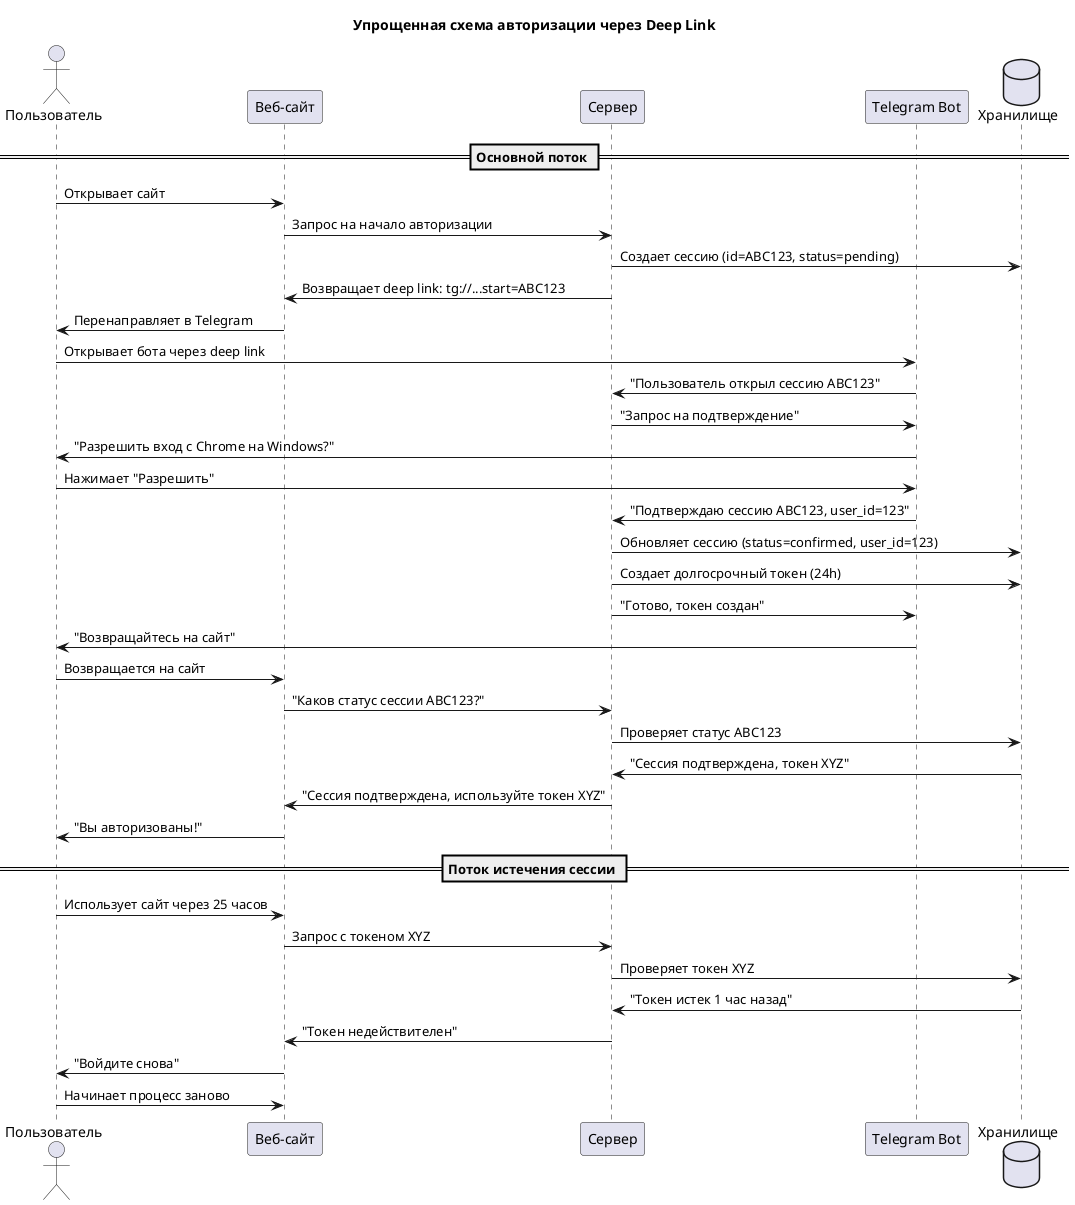
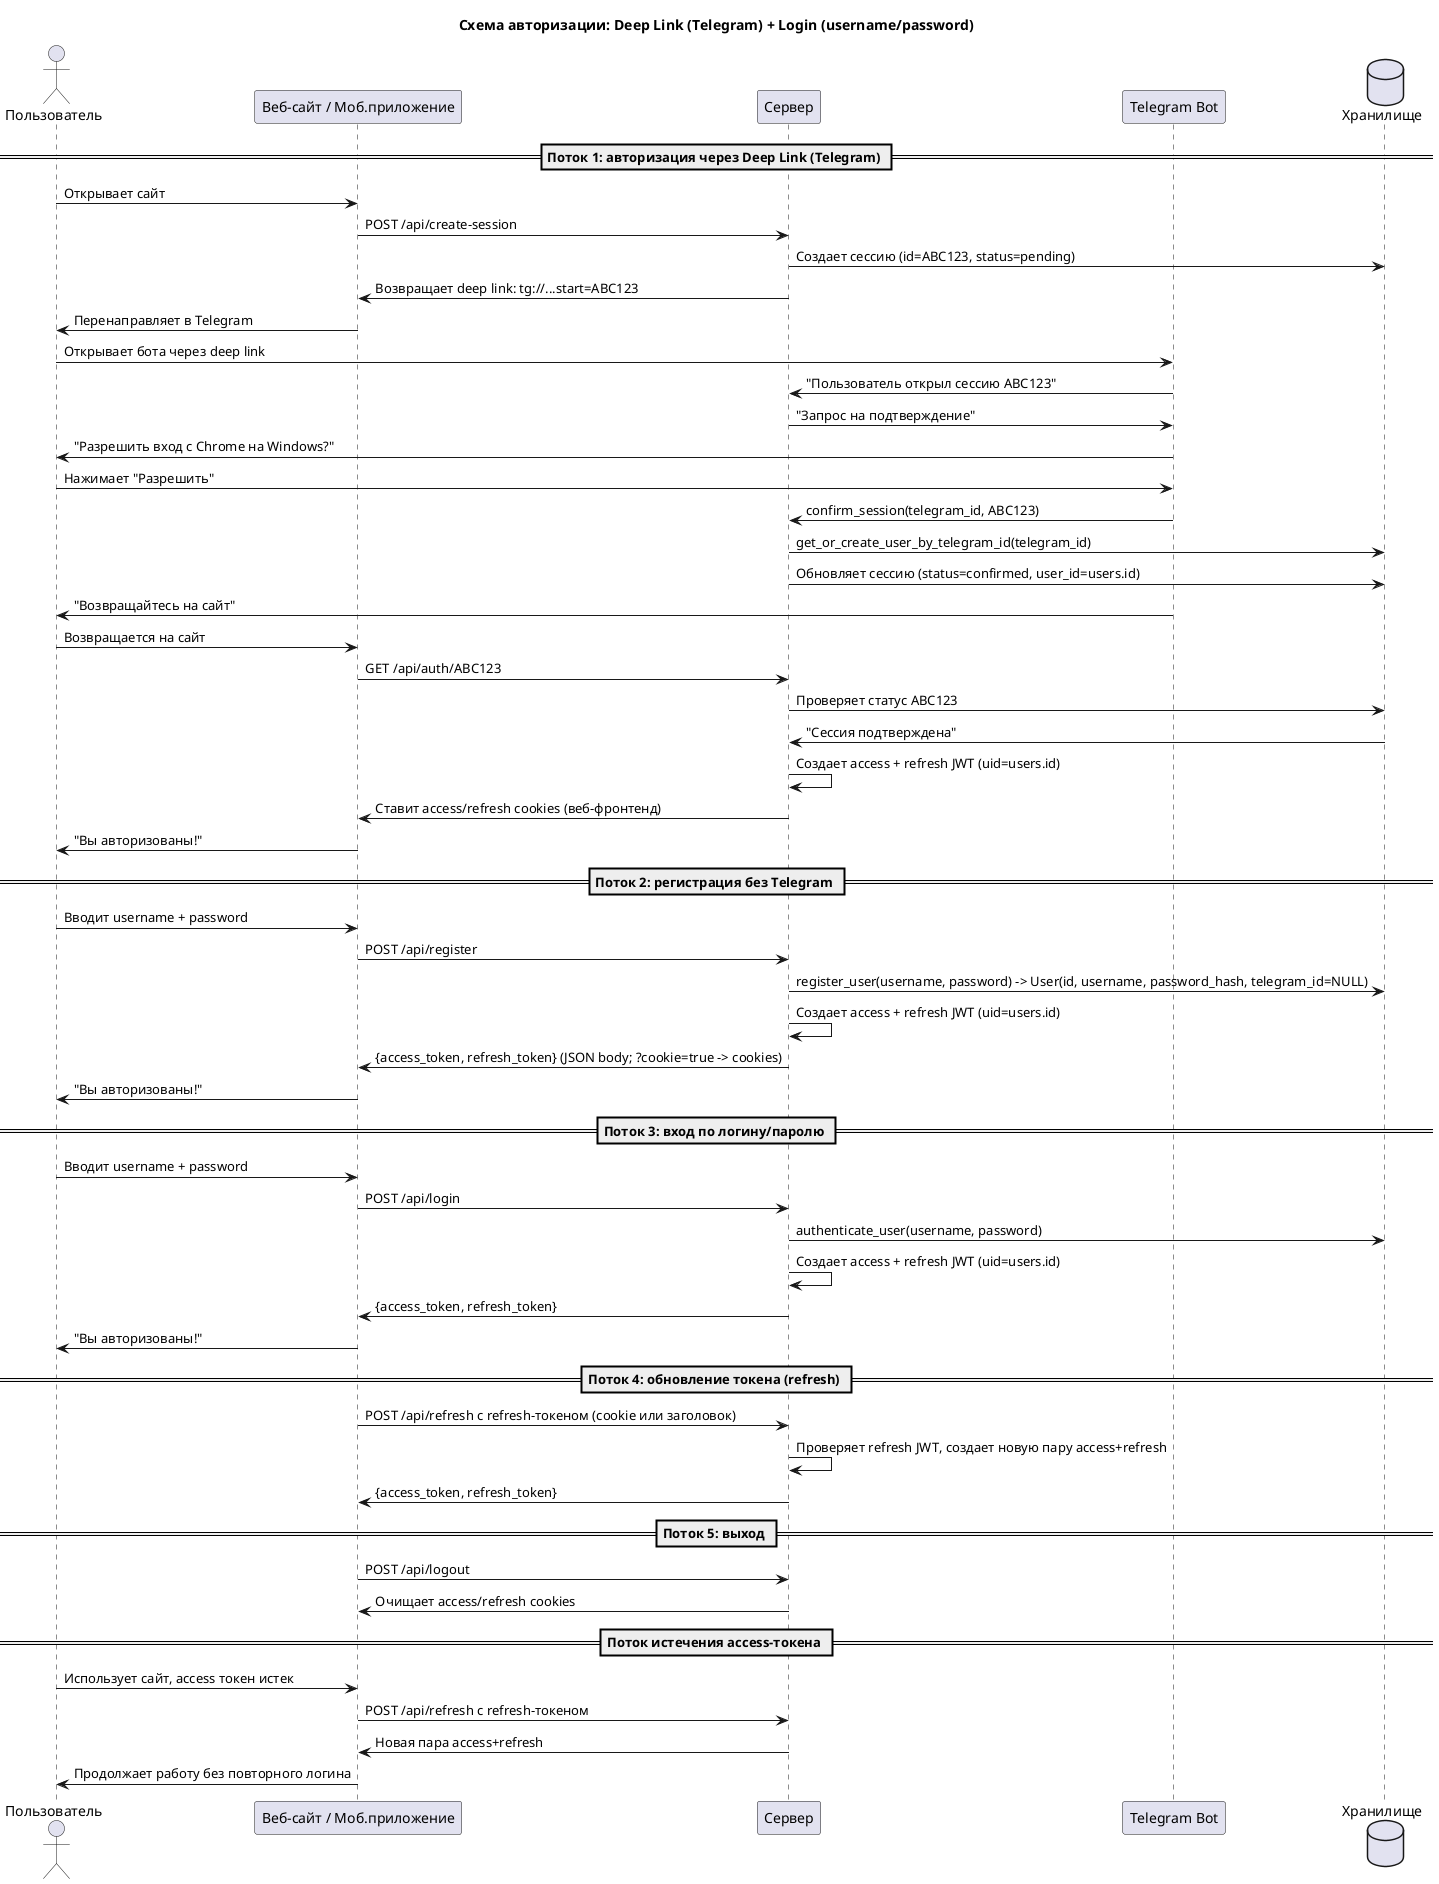
@startuml
- title Упрощенная схема авторизации через Deep Link
+ title Схема авторизации: Deep Link (Telegram) + Login (username/password)

actor "Пользователь" as User
- participant "Веб-сайт" as Site
+ participant "Веб-сайт / Моб.приложение" as Site
participant "Сервер" as Server
participant "Telegram Bot" as Bot
database "Хранилище" as Storage

- == Основной поток ==
+ == Поток 1: авторизация через Deep Link (Telegram) ==

User -> Site: Открывает сайт
- Site -> Server: Запрос на начало авторизации
+ Site -> Server: POST /api/create-session
Server -> Storage: Создает сессию (id=ABC123, status=pending)
Server -> Site: Возвращает deep link: tg://...start=ABC123
Site -> User: Перенаправляет в Telegram

User -> Bot: Открывает бота через deep link
Bot -> Server: "Пользователь открыл сессию ABC123"
Server -> Bot: "Запрос на подтверждение"

Bot -> User: "Разрешить вход с Chrome на Windows?"
User -> Bot: Нажимает "Разрешить"
- Bot -> Server: "Подтверждаю сессию ABC123, user_id=123"
- Server -> Storage: Обновляет сессию (status=confirmed, user_id=123)
- Server -> Storage: Создает долгосрочный токен (24h)
- Server -> Bot: "Готово, токен создан"
+ Bot -> Server: confirm_session(telegram_id, ABC123)
+ Server -> Storage: get_or_create_user_by_telegram_id(telegram_id)
+ Server -> Storage: Обновляет сессию (status=confirmed, user_id=users.id)

Bot -> User: "Возвращайтесь на сайт"
User -> Site: Возвращается на сайт

- Site -> Server: "Каков статус сессии ABC123?"
+ Site -> Server: GET /api/auth/ABC123
Server -> Storage: Проверяет статус ABC123
- Storage -> Server: "Сессия подтверждена, токен XYZ"
- Server -> Site: "Сессия подтверждена, используйте токен XYZ"
+ Storage -> Server: "Сессия подтверждена"
+ Server -> Server: Создает access + refresh JWT (uid=users.id)
+ Server -> Site: Ставит access/refresh cookies (веб-фронтенд)
Site -> User: "Вы авторизованы!"

- == Поток истечения сессии ==
+ == Поток 2: регистрация без Telegram ==

- User -> Site: Использует сайт через 25 часов
- Site -> Server: Запрос с токеном XYZ
- Server -> Storage: Проверяет токен XYZ
- Storage -> Server: "Токен истек 1 час назад"
- Server -> Site: "Токен недействителен"
- Site -> User: "Войдите снова"
- User -> Site: Начинает процесс заново
+ User -> Site: Вводит username + password
+ Site -> Server: POST /api/register
+ Server -> Storage: register_user(username, password) -> User(id, username, password_hash, telegram_id=NULL)
+ Server -> Server: Создает access + refresh JWT (uid=users.id)
+ Server -> Site: {access_token, refresh_token} (JSON body; ?cookie=true -> cookies)
+ Site -> User: "Вы авторизованы!"
+ 
+ == Поток 3: вход по логину/паролю ==
+ 
+ User -> Site: Вводит username + password
+ Site -> Server: POST /api/login
+ Server -> Storage: authenticate_user(username, password)
+ Server -> Server: Создает access + refresh JWT (uid=users.id)
+ Server -> Site: {access_token, refresh_token}
+ Site -> User: "Вы авторизованы!"
+ 
+ == Поток 4: обновление токена (refresh) ==
+ 
+ Site -> Server: POST /api/refresh с refresh-токеном (cookie или заголовок)
+ Server -> Server: Проверяет refresh JWT, создает новую пару access+refresh
+ Server -> Site: {access_token, refresh_token}
+ 
+ == Поток 5: выход ==
+ 
+ Site -> Server: POST /api/logout
+ Server -> Site: Очищает access/refresh cookies
+ 
+ == Поток истечения access-токена ==
+ 
+ User -> Site: Использует сайт, access токен истек
+ Site -> Server: POST /api/refresh с refresh-токеном
+ Server -> Site: Новая пара access+refresh
+ Site -> User: Продолжает работу без повторного логина

@enduml